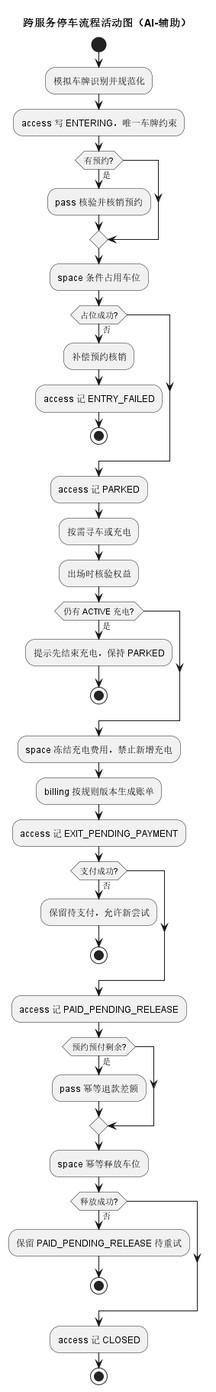
Gindama713/UMLWORK keeps this PlantUML diagram as models/rendered/11-cross-service-activity.png. Above is the earlier version. The source it was exported from:
```plantuml
@startuml
title 跨服务停车流程活动图（AI-辅助）
start
:模拟车牌识别并规范化;
:access 写 ENTERING，唯一车牌约束;
if (有预约?) then (是)
  :pass 核验并核销预约;
endif
:space 条件占用车位;
if (占位成功?) then (否)
  :补偿预约核销;
  :access 记 ENTRY_FAILED;
  stop
endif
:access 记 PARKED;
:按需寻车或充电;
:出场时核验权益;
if (仍有 ACTIVE 充电?) then (是)
  :提示先结束充电，保持 PARKED;
  stop
endif
:space 冻结充电费用，禁止新增充电;
:billing 按规则版本生成账单;
:access 记 EXIT_PENDING_PAYMENT;
if (支付成功?) then (否)
  :保留待支付，允许新尝试;
  stop
endif
:access 记 PAID_PENDING_RELEASE;
if (预约预付剩余?) then (是)
  :pass 幂等退款差额;
endif
:space 幂等释放车位;
if (释放成功?) then (否)
  :保留 PAID_PENDING_RELEASE 待重试;
  stop
endif
:access 记 CLOSED;
stop
@enduml
```
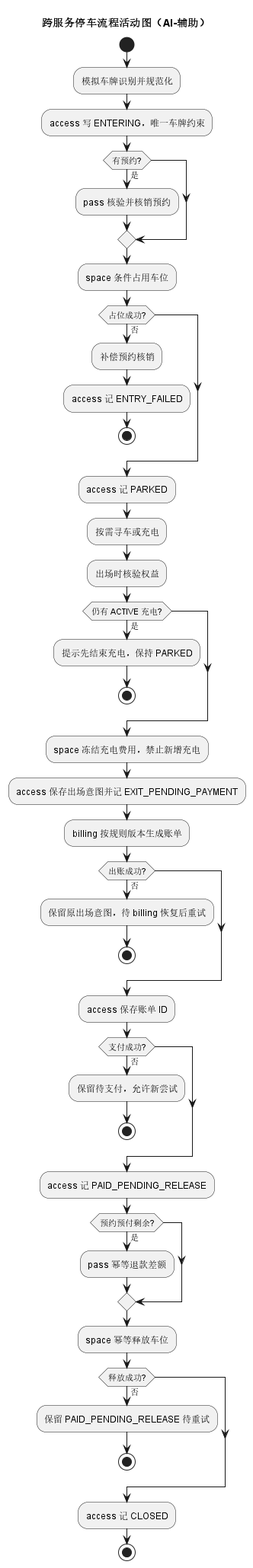
Later version of the same file.

The edit, as a diff of the source:
```diff
@@ -20,8 +20,13 @@
   stop
 endif
 :space 冻结充电费用，禁止新增充电;
+:access 保存出场意图并记 EXIT_PENDING_PAYMENT;
 :billing 按规则版本生成账单;
-:access 记 EXIT_PENDING_PAYMENT;
+if (出账成功?) then (否)
+  :保留原出场意图，待 billing 恢复后重试;
+  stop
+endif
+:access 保存账单 ID;
 if (支付成功?) then (否)
   :保留待支付，允许新尝试;
   stop
```
